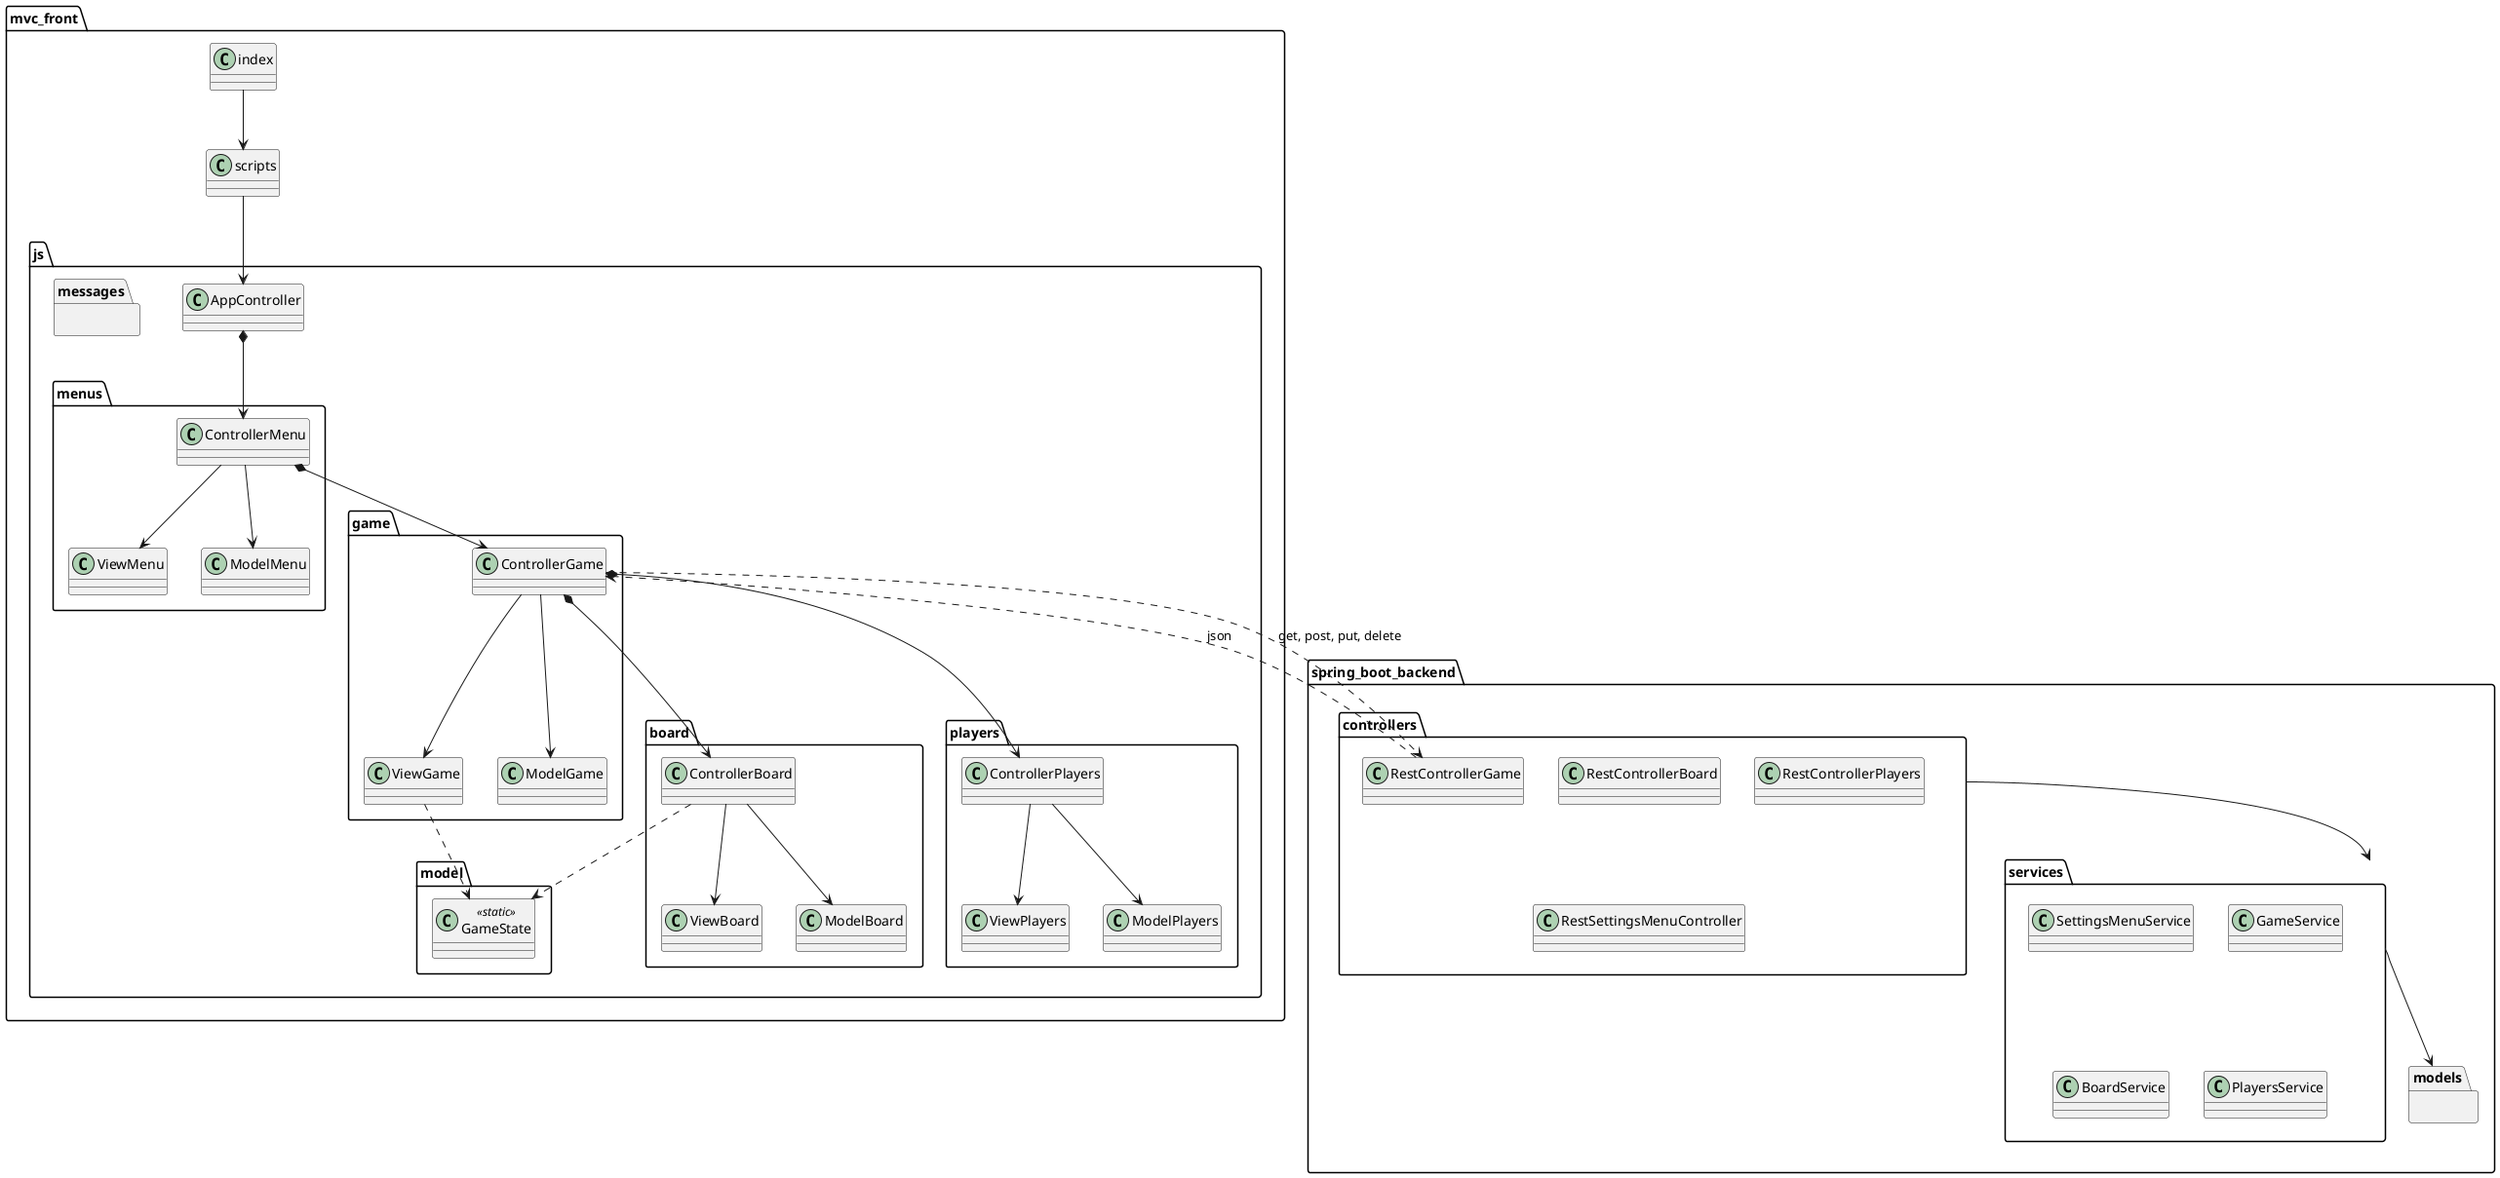
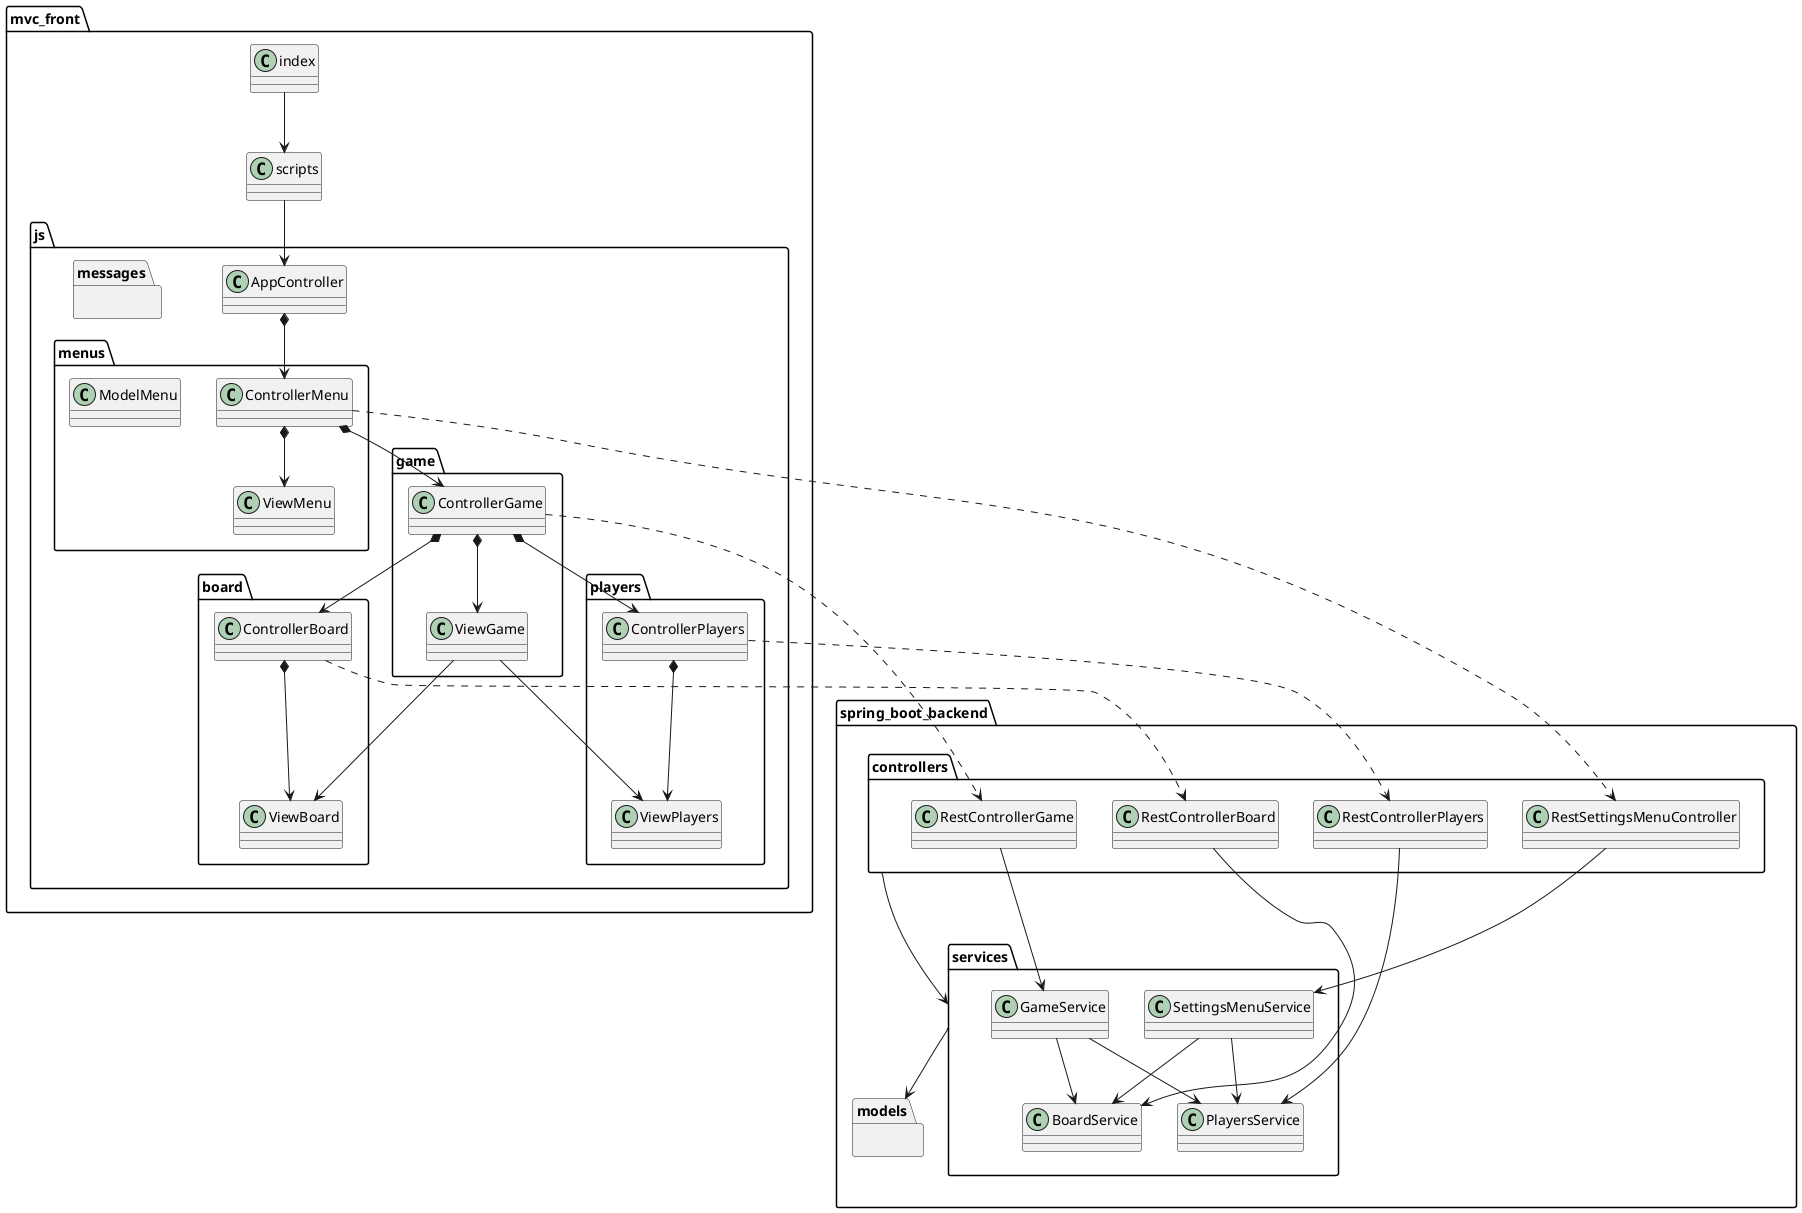
@startuml mvc_front

package "mvc_front" {
    class index {}
    class scripts {}
    package "js" {
        class AppController {}
        package "menus" {
            class ControllerMenu {}
            class ViewMenu {}
            class ModelMenu {}
        }
        package "game" {
            class ControllerGame {}
            class ViewGame {}
-             class ModelGame {}
+ 
        }
        package "board" {
            class ControllerBoard {}
            class ViewBoard {}
-             class ModelBoard {}
+ 
        }
        package "players" {
            class ControllerPlayers {}
            class ViewPlayers {}
-             class ModelPlayers {}
+ 
        }
        package "messages" {}
-         package "model" {
-             class GameState <<static>> {}
-         }
+ 
    }
}

package "spring_boot_backend" {
    package "controllers" {
        class RestControllerGame {}
        class RestControllerBoard {}
        class RestControllerPlayers {}
        class RestSettingsMenuController {}
    }
    package "services" {
        class SettingsMenuService {}
        class GameService {}
        class BoardService {}
        class PlayersService {}
    }
    package "models" {

    }
}


index --> scripts
scripts --> AppController

AppController *--> ControllerMenu
ControllerMenu *--> ControllerGame
ControllerGame *--> ControllerBoard
ControllerGame *--> ControllerPlayers

- ControllerGame --> ViewGame
- ControllerGame --> ModelGame
- ControllerMenu --> ViewMenu
- ControllerMenu --> ModelMenu
- ControllerBoard --> ViewBoard
- ControllerBoard --> ModelBoard
- ControllerPlayers --> ViewPlayers
- ControllerPlayers --> ModelPlayers
+ ControllerGame *--> ViewGame
+ ViewGame --> ViewBoard
+ ViewGame --> ViewPlayers
+ ControllerMenu *--> ViewMenu

- ControllerGame <.. RestControllerGame : json
- ControllerGame ..> RestControllerGame : get, post, put, delete
+ ControllerBoard *--> ViewBoard
+ 
+ ControllerPlayers *--> ViewPlayers
+ 
+ ControllerGame ..> RestControllerGame
+ ControllerBoard ..> RestControllerBoard
+ ControllerPlayers ..> RestControllerPlayers
+ ControllerMenu ..> RestSettingsMenuController
+ 
+ RestSettingsMenuController --> SettingsMenuService
+ RestControllerGame --> GameService
+ RestControllerBoard --> BoardService
+ RestControllerPlayers --> PlayersService
+ 
+ GameService --> BoardService
+ GameService --> PlayersService
+ 
+ SettingsMenuService --> BoardService
+ SettingsMenuService --> PlayersService

controllers --> services
services --> models

- ViewGame ..> GameState
- ControllerBoard ..> GameState
+ 

@enduml